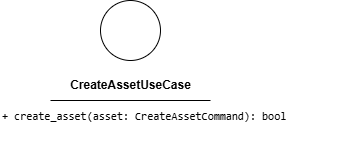
The draw.io diagram src/PB/DocumentazioneEsterna/Specifica_Tecnica/content/05-diagrammi-classi/uml/png/CreateAsset/CreateAssetUseCase.png in GroupRubberDuck/Documentazione, before a commit. Source tidied: cells renumbered, new cells last; positions are measured from the earlier drawing's top-left corner, leaving out a move shared by most shapes. Its diagram source:
```xml
<mxGraphModel>
  <root>
    <mxCell id="0" />
    <mxCell id="1" parent="0" />
    <mxCell id="2" style="ellipse;whiteSpace=wrap;html=1;" parent="1" vertex="1">
      <mxGeometry x="100" width="60" height="60" as="geometry" />
    </mxCell>
    <mxCell id="3" value="&lt;b&gt;CreateAssetUseCase&lt;/b&gt;" style="text;html=1;align=center;verticalAlign=middle;strokeColor=none;fillColor=none;" parent="1" vertex="1">
      <mxGeometry x="60" y="70" width="140" height="30" as="geometry" />
    </mxCell>
    <mxCell id="4" style="endArrow=none;html=1;" parent="1" edge="1">
      <mxGeometry relative="1" as="geometry">
        <mxPoint x="50" y="100" as="sourcePoint" />
        <mxPoint x="210" y="100" as="targetPoint" />
        <Array as="points">
          <mxPoint x="130" y="100" />
        </Array>
      </mxGeometry>
    </mxCell>
    <mxCell id="5" value="&lt;div style=&quot;font-family: Consolas, &amp;quot;Courier New&amp;quot;, monospace; font-weight: normal; line-height: 19px; white-space: pre;&quot;&gt;&lt;div style=&quot;&quot;&gt;&lt;div style=&quot;line-height: 19px;&quot;&gt;&lt;span style=&quot;background-color: rgb(255, 255, 255);&quot;&gt;&lt;font style=&quot;color: rgb(0, 0, 0); font-size: 11px;&quot;&gt;+ create_asset(asset: CreateAssetCommand): bool&lt;/font&gt;&lt;/span&gt;&lt;/div&gt;&lt;/div&gt;&lt;/div&gt;" style="text;whiteSpace=wrap;html=1;" parent="1" vertex="1">
      <mxGeometry y="100" width="340" height="40" as="geometry" />
    </mxCell>
  </root>
</mxGraphModel>
```
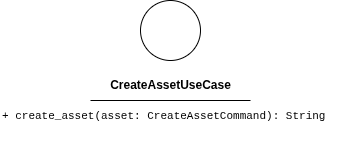
Later version of the same file.

Change to the diagram source:
```diff
@@ -17,8 +17,8 @@
         </Array>
       </mxGeometry>
     </mxCell>
-    <mxCell id="5" value="&lt;div style=&quot;font-family: Consolas, &amp;quot;Courier New&amp;quot;, monospace; font-weight: normal; line-height: 19px; white-space: pre;&quot;&gt;&lt;div style=&quot;&quot;&gt;&lt;div style=&quot;line-height: 19px;&quot;&gt;&lt;span style=&quot;background-color: rgb(255, 255, 255);&quot;&gt;&lt;font style=&quot;color: rgb(0, 0, 0); font-size: 11px;&quot;&gt;+ create_asset(asset: CreateAssetCommand): bool&lt;/font&gt;&lt;/span&gt;&lt;/div&gt;&lt;/div&gt;&lt;/div&gt;" style="text;whiteSpace=wrap;html=1;" parent="1" vertex="1">
-      <mxGeometry y="100" width="340" height="40" as="geometry" />
+    <mxCell id="5" value="&lt;div style=&quot;font-family: Consolas, &amp;quot;Courier New&amp;quot;, monospace; font-weight: normal; line-height: 19px; white-space: pre;&quot;&gt;&lt;div style=&quot;&quot;&gt;&lt;div style=&quot;line-height: 19px;&quot;&gt;&lt;span style=&quot;background-color: rgb(255, 255, 255);&quot;&gt;&lt;font style=&quot;color: rgb(0, 0, 0); font-size: 11px;&quot;&gt;+ create_asset(asset: CreateAssetCommand): String&lt;/font&gt;&lt;/span&gt;&lt;/div&gt;&lt;/div&gt;&lt;/div&gt;" style="text;whiteSpace=wrap;html=1;" parent="1" vertex="1">
+      <mxGeometry x="-40" y="100" width="340" height="40" as="geometry" />
     </mxCell>
   </root>
 </mxGraphModel>
```
